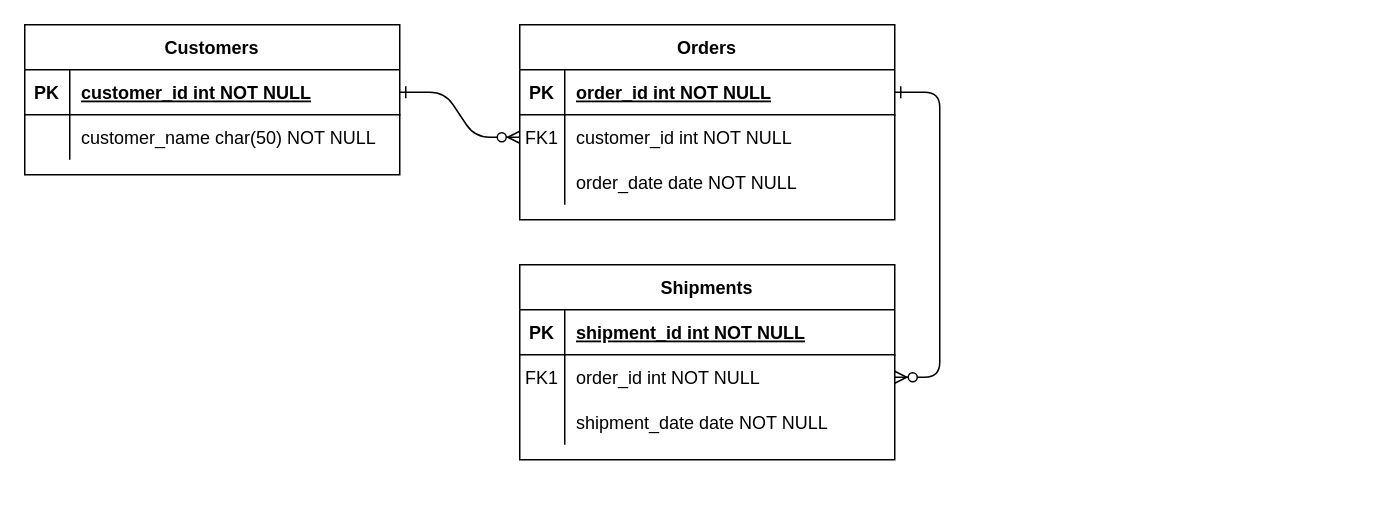
Earlier version of the draw.io diagram documentation/lopokulu-database-er.drawio (mtijas/lopokulu). Source tidied: cells renumbered, new cells numbered last; positions are measured from the earlier drawing's top-left corner, leaving out a move shared by most shapes. Both pictures are drawn from the tidied source at 150%, with x=0, y=0 at pixel (24, 24).
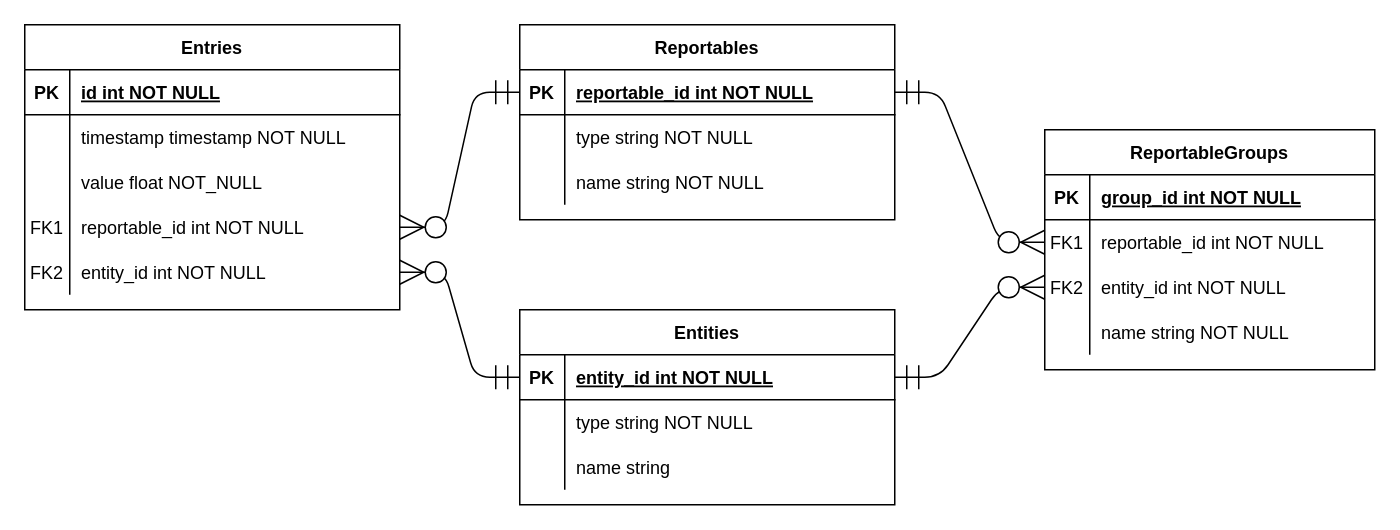
Above is the later version.

Unchanged cells that the change refers to:
```xml
<mxCell id="5" style="shape=partialRectangle;fillColor=none;points=[[0,0.5],[1,0.5]];portConstraint=eastwest;top=0;left=0;right=0;bottom=1;" parent="4" vertex="1">
  <mxGeometry y="30" width="250" height="30" as="geometry" />
</mxCell>
<mxCell id="15" style="shape=partialRectangle;fillColor=none;points=[[0,0.5],[1,0.5]];portConstraint=eastwest;top=0;left=0;right=0;bottom=1;" parent="14" vertex="1">
  <mxGeometry y="30" width="250" height="30" as="geometry" />
</mxCell>
<mxCell id="18" style="shape=partialRectangle;fillColor=none;points=[[0,0.5],[1,0.5]];portConstraint=eastwest;top=0;left=0;right=0;bottom=0;" parent="14" vertex="1">
  <mxGeometry y="60" width="250" height="30" as="geometry" />
</mxCell>
<mxCell id="21" style="shape=partialRectangle;fillColor=none;top=0;left=0;right=0;bottom=0;" parent="14" vertex="1">
  <mxGeometry y="90" width="250" height="30" as="geometry" />
</mxCell>
<mxCell id="25" style="shape=partialRectangle;fillColor=none;points=[[0,0.5],[1,0.5]];portConstraint=eastwest;top=0;left=0;right=0;bottom=1;" parent="24" vertex="1">
  <mxGeometry y="30" width="250" height="30" as="geometry" />
</mxCell>
<mxCell id="28" style="shape=partialRectangle;fillColor=none;top=0;left=0;right=0;bottom=0;" parent="24" vertex="1">
  <mxGeometry y="60" width="250" height="30" as="geometry" />
</mxCell>
```

What changed in the source:
```diff
@@
-    <mxCell id="2" style="edgeStyle=entityRelationEdgeStyle;endArrow=ERzeroToMany;startArrow=ERone;endFill=1;startFill=0;" parent="1" edge="1" source="25" target="8">
-      <mxGeometry relative="1" as="geometry" />
-    </mxCell>
-    <mxCell id="3" style="edgeStyle=entityRelationEdgeStyle;endArrow=ERzeroToMany;startArrow=ERone;endFill=1;startFill=0;" parent="1" edge="1" source="5" target="18">
-      <mxGeometry relative="1" as="geometry" />
-    </mxCell>
-    <mxCell id="4" value="Orders" style="shape=table;startSize=30;childLayout=tableLayout;rowLines=0;fontStyle=1;align=center;" parent="1" vertex="1">
+    <mxCell id="4" value="Reportables" style="shape=table;startSize=30;childLayout=tableLayout;rowLines=0;fontStyle=1;align=center;" parent="1" vertex="1">
       <mxGeometry x="330" width="250" height="130" as="geometry" />
     </mxCell>
@@
-    <mxCell id="7" value="order_id int NOT NULL " style="shape=partialRectangle;overflow=hidden;fillColor=none;top=0;left=0;bottom=0;right=0;align=left;spacingLeft=6;fontStyle=5;" parent="5" vertex="1">
+    <mxCell id="7" value="reportable_id int NOT NULL " style="shape=partialRectangle;overflow=hidden;fillColor=none;top=0;left=0;bottom=0;right=0;align=left;spacingLeft=6;fontStyle=5;" parent="5" vertex="1">
       <mxGeometry x="30" width="220" height="30" as="geometry" />
     </mxCell>
-    <mxCell id="8" style="shape=partialRectangle;fillColor=none;points=[[0,0.5],[1,0.5]];portConstraint=eastwest;top=0;left=0;right=0;bottom=0;" parent="4" vertex="1">
-      <mxGeometry y="60" width="250" height="30" as="geometry" />
-    </mxCell>
-    <mxCell id="9" value="FK1" style="shape=partialRectangle;overflow=hidden;fillColor=none;top=0;left=0;bottom=0;right=0;" parent="8" vertex="1">
-      <mxGeometry width="30" height="30" as="geometry" />
-    </mxCell>
-    <mxCell id="10" value="customer_id int NOT NULL" style="shape=partialRectangle;overflow=hidden;fillColor=none;top=0;left=0;bottom=0;right=0;align=left;spacingLeft=6;" parent="8" vertex="1">
-      <mxGeometry x="30" width="220" height="30" as="geometry" />
-    </mxCell>
     <mxCell id="11" style="shape=partialRectangle;fillColor=none;top=0;left=0;right=0;bottom=0;" parent="4" vertex="1">
-      <mxGeometry y="90" width="250" height="30" as="geometry" />
+      <mxGeometry y="60" width="250" height="30" as="geometry" />
     </mxCell>
@@
-    <mxCell id="13" value="order_date date NOT NULL" style="shape=partialRectangle;overflow=hidden;fillColor=none;top=0;left=0;bottom=0;right=0;align=left;spacingLeft=6;" parent="11" vertex="1">
+    <mxCell id="13" value="type string NOT NULL" style="shape=partialRectangle;overflow=hidden;fillColor=none;top=0;left=0;bottom=0;right=0;align=left;spacingLeft=6;" parent="11" vertex="1">
       <mxGeometry x="30" width="220" height="30" as="geometry" />
     </mxCell>
+    <mxCell id="31" style="shape=partialRectangle;fillColor=none;top=0;left=0;right=0;bottom=0;" parent="4" vertex="1">
+      <mxGeometry y="90" width="250" height="30" as="geometry" />
+    </mxCell>
+    <mxCell id="32" style="shape=partialRectangle;overflow=hidden;fillColor=none;top=0;left=0;bottom=0;right=0;" parent="31" vertex="1">
+      <mxGeometry width="30" height="30" as="geometry" />
+    </mxCell>
+    <mxCell id="33" value="name string NOT NULL" style="shape=partialRectangle;overflow=hidden;fillColor=none;top=0;left=0;bottom=0;right=0;align=left;spacingLeft=6;" parent="31" vertex="1">
+      <mxGeometry x="30" width="220" height="30" as="geometry" />
+    </mxCell>
-    <mxCell id="14" value="Shipments" style="shape=table;startSize=30;childLayout=tableLayout;rowLines=0;fontStyle=1;align=center;" parent="1" vertex="1">
-      <mxGeometry x="330" y="160" width="250" height="130" as="geometry" />
+    <mxCell id="14" value="Entities" style="shape=table;startSize=30;childLayout=tableLayout;rowLines=0;fontStyle=1;align=center;" parent="1" vertex="1">
+      <mxGeometry x="330" y="190" width="250" height="130" as="geometry" />
     </mxCell>
@@
-    <mxCell id="17" value="shipment_id int NOT NULL " style="shape=partialRectangle;overflow=hidden;fillColor=none;top=0;left=0;bottom=0;right=0;align=left;spacingLeft=6;fontStyle=5;" parent="15" vertex="1">
+    <mxCell id="17" value="entity_id int NOT NULL " style="shape=partialRectangle;overflow=hidden;fillColor=none;top=0;left=0;bottom=0;right=0;align=left;spacingLeft=6;fontStyle=5;" parent="15" vertex="1">
       <mxGeometry x="30" width="220" height="30" as="geometry" />
     </mxCell>
@@
-    <mxCell id="19" value="FK1" style="shape=partialRectangle;overflow=hidden;fillColor=none;top=0;left=0;bottom=0;right=0;" parent="18" vertex="1">
+    <mxCell id="19" style="shape=partialRectangle;overflow=hidden;fillColor=none;top=0;left=0;bottom=0;right=0;" parent="18" vertex="1">
       <mxGeometry width="30" height="30" as="geometry" />
     </mxCell>
-    <mxCell id="20" value="order_id int NOT NULL" style="shape=partialRectangle;overflow=hidden;fillColor=none;top=0;left=0;bottom=0;right=0;align=left;spacingLeft=6;" parent="18" vertex="1">
+    <mxCell id="20" value="type string NOT NULL" style="shape=partialRectangle;overflow=hidden;fillColor=none;top=0;left=0;bottom=0;right=0;align=left;spacingLeft=6;" parent="18" vertex="1">
       <mxGeometry x="30" width="220" height="30" as="geometry" />
     </mxCell>
@@
-    <mxCell id="23" value="shipment_date date NOT NULL" style="shape=partialRectangle;overflow=hidden;fillColor=none;top=0;left=0;bottom=0;right=0;align=left;spacingLeft=6;" parent="21" vertex="1">
+    <mxCell id="23" value="name string" style="shape=partialRectangle;overflow=hidden;fillColor=none;top=0;left=0;bottom=0;right=0;align=left;spacingLeft=6;" parent="21" vertex="1">
       <mxGeometry x="30" width="220" height="30" as="geometry" />
     </mxCell>
-    <mxCell id="24" value="Customers" style="shape=table;startSize=30;childLayout=tableLayout;rowLines=0;fontStyle=1;align=center;" parent="1" vertex="1">
-      <mxGeometry width="250" height="100" as="geometry" />
+    <mxCell id="24" value="Entries" style="shape=table;startSize=30;childLayout=tableLayout;rowLines=0;fontStyle=1;align=center;" parent="1" vertex="1">
+      <mxGeometry width="250" height="190" as="geometry" />
     </mxCell>
@@
-    <mxCell id="27" value="customer_id int NOT NULL " style="shape=partialRectangle;overflow=hidden;fillColor=none;top=0;left=0;bottom=0;right=0;align=left;spacingLeft=6;fontStyle=5;" parent="25" vertex="1">
+    <mxCell id="27" value="id int NOT NULL" style="shape=partialRectangle;overflow=hidden;fillColor=none;top=0;left=0;bottom=0;right=0;align=left;spacingLeft=6;fontStyle=5;" parent="25" vertex="1">
       <mxGeometry x="30" width="220" height="30" as="geometry" />
     </mxCell>
@@
-    <mxCell id="30" value="customer_name char(50) NOT NULL" style="shape=partialRectangle;overflow=hidden;fillColor=none;top=0;left=0;bottom=0;right=0;align=left;spacingLeft=6;" parent="28" vertex="1">
+    <mxCell id="30" value="timestamp timestamp NOT NULL" style="shape=partialRectangle;overflow=hidden;fillColor=none;top=0;left=0;bottom=0;right=0;align=left;spacingLeft=6;" parent="28" vertex="1">
       <mxGeometry x="30" width="220" height="30" as="geometry" />
     </mxCell>
+    <mxCell id="34" style="shape=partialRectangle;fillColor=none;top=0;left=0;right=0;bottom=0;" parent="24" vertex="1">
+      <mxGeometry y="90" width="250" height="30" as="geometry" />
+    </mxCell>
+    <mxCell id="35" style="shape=partialRectangle;overflow=hidden;fillColor=none;top=0;left=0;bottom=0;right=0;" parent="34" vertex="1">
+      <mxGeometry width="30" height="30" as="geometry" />
+    </mxCell>
+    <mxCell id="36" value="value float NOT_NULL" style="shape=partialRectangle;overflow=hidden;fillColor=none;top=0;left=0;bottom=0;right=0;align=left;spacingLeft=6;" parent="34" vertex="1">
+      <mxGeometry x="30" width="220" height="30" as="geometry" />
+    </mxCell>
+    <mxCell id="37" style="shape=partialRectangle;fillColor=none;points=[[0,0.5],[1,0.5]];portConstraint=eastwest;top=0;left=0;right=0;bottom=0;" parent="24" vertex="1">
+      <mxGeometry y="120" width="250" height="30" as="geometry" />
+    </mxCell>
+    <mxCell id="9" value="FK1" style="shape=partialRectangle;overflow=hidden;fillColor=none;top=0;left=0;bottom=0;right=0;" parent="37" vertex="1">
+      <mxGeometry width="30" height="30" as="geometry" />
+    </mxCell>
+    <mxCell id="38" value="reportable_id int NOT NULL" style="shape=partialRectangle;overflow=hidden;fillColor=none;top=0;left=0;bottom=0;right=0;align=left;spacingLeft=6;" parent="37" vertex="1">
+      <mxGeometry x="30" width="220" height="30" as="geometry" />
+    </mxCell>
+    <mxCell id="39" style="shape=partialRectangle;fillColor=none;points=[[0,0.5],[1,0.5]];portConstraint=eastwest;top=0;left=0;right=0;bottom=0;" parent="24" vertex="1">
+      <mxGeometry y="150" width="250" height="30" as="geometry" />
+    </mxCell>
+    <mxCell id="40" value="FK2" style="shape=partialRectangle;overflow=hidden;fillColor=none;top=0;left=0;bottom=0;right=0;" parent="39" vertex="1">
+      <mxGeometry width="30" height="30" as="geometry" />
+    </mxCell>
+    <mxCell id="41" value="entity_id int NOT NULL" style="shape=partialRectangle;overflow=hidden;fillColor=none;top=0;left=0;bottom=0;right=0;align=left;spacingLeft=6;" parent="39" vertex="1">
+      <mxGeometry x="30" width="220" height="30" as="geometry" />
+    </mxCell>
+    <mxCell id="42" style="edgeStyle=entityRelationEdgeStyle;fontSize=12;html=1;endArrow=ERzeroToMany;startArrow=ERmandOne;startSize=14;endSize=14;sourcePerimeterSpacing=8;targetPerimeterSpacing=8;entryX=1;entryY=0.5;entryDx=0;entryDy=0;exitX=0;exitY=0.5;exitDx=0;exitDy=0;" parent="1" edge="1" source="15" target="39">
+      <mxGeometry relative="1" as="geometry" />
+    </mxCell>
+    <mxCell id="43" value="ReportableGroups" style="shape=table;startSize=30;childLayout=tableLayout;rowLines=0;fontStyle=1;align=center;hachureGap=4;" parent="1" vertex="1">
+      <mxGeometry x="680" y="70" width="220" height="160" as="geometry" />
+    </mxCell>
+    <mxCell id="44" style="shape=partialRectangle;fillColor=none;top=0;left=0;bottom=1;right=0;" parent="43" vertex="1">
+      <mxGeometry y="30" width="220" height="30" as="geometry" />
+    </mxCell>
+    <mxCell id="45" value="PK" style="shape=partialRectangle;fillColor=none;top=0;left=0;bottom=0;right=0;fontStyle=1;overflow=hidden;" parent="44" vertex="1">
+      <mxGeometry width="30" height="30" as="geometry" />
+    </mxCell>
+    <mxCell id="46" value="group_id int NOT NULL" style="shape=partialRectangle;fillColor=none;top=0;left=0;bottom=0;right=0;align=left;spacingLeft=6;fontStyle=5;overflow=hidden;" parent="44" vertex="1">
+      <mxGeometry x="30" width="190" height="30" as="geometry" />
+    </mxCell>
+    <mxCell id="47" style="shape=partialRectangle;fillColor=none;top=0;left=0;bottom=0;right=0;points=[[0,0.5],[1,0.5]];portConstraint=eastwest;" parent="43" vertex="1">
+      <mxGeometry y="60" width="220" height="30" as="geometry" />
+    </mxCell>
+    <mxCell id="48" value="FK1" style="shape=partialRectangle;fillColor=none;top=0;left=0;bottom=0;right=0;overflow=hidden;" parent="47" vertex="1">
+      <mxGeometry width="30" height="30" as="geometry" />
+    </mxCell>
+    <mxCell id="49" value="reportable_id int NOT NULL" style="shape=partialRectangle;fillColor=none;top=0;left=0;bottom=0;right=0;align=left;spacingLeft=6;overflow=hidden;" parent="47" vertex="1">
+      <mxGeometry x="30" width="190" height="30" as="geometry" />
+    </mxCell>
+    <mxCell id="50" style="shape=partialRectangle;fillColor=none;top=0;left=0;bottom=0;right=0;points=[[0,0.5],[1,0.5]];portConstraint=eastwest;" parent="43" vertex="1">
+      <mxGeometry y="90" width="220" height="30" as="geometry" />
+    </mxCell>
+    <mxCell id="51" value="FK2" style="shape=partialRectangle;fillColor=none;top=0;left=0;bottom=0;right=0;overflow=hidden;" parent="50" vertex="1">
+      <mxGeometry width="30" height="30" as="geometry" />
+    </mxCell>
+    <mxCell id="52" value="entity_id int NOT NULL" style="shape=partialRectangle;fillColor=none;top=0;left=0;bottom=0;right=0;align=left;spacingLeft=6;overflow=hidden;" parent="50" vertex="1">
+      <mxGeometry x="30" width="190" height="30" as="geometry" />
+    </mxCell>
+    <mxCell id="53" style="shape=partialRectangle;fillColor=none;top=0;left=0;bottom=0;right=0;" parent="43" vertex="1">
+      <mxGeometry y="120" width="220" height="30" as="geometry" />
+    </mxCell>
+    <mxCell id="54" style="shape=partialRectangle;fillColor=none;top=0;left=0;bottom=0;right=0;overflow=hidden;" parent="53" vertex="1">
+      <mxGeometry width="30" height="30" as="geometry" />
+    </mxCell>
+    <mxCell id="55" value="name string NOT NULL" style="shape=partialRectangle;fillColor=none;top=0;left=0;bottom=0;right=0;align=left;spacingLeft=6;overflow=hidden;" parent="53" vertex="1">
+      <mxGeometry x="30" width="190" height="30" as="geometry" />
+    </mxCell>
+    <mxCell id="56" style="edgeStyle=entityRelationEdgeStyle;fontSize=12;html=1;endArrow=ERzeroToMany;startArrow=ERmandOne;startSize=14;endSize=14;sourcePerimeterSpacing=8;targetPerimeterSpacing=8;entryX=1;entryY=0.5;entryDx=0;entryDy=0;exitX=0;exitY=0.5;exitDx=0;exitDy=0;" parent="1" edge="1" source="5" target="37">
+      <mxGeometry relative="1" as="geometry" />
+    </mxCell>
+    <mxCell id="57" style="edgeStyle=entityRelationEdgeStyle;fontSize=12;html=1;endArrow=ERzeroToMany;startArrow=ERmandOne;startSize=14;endSize=14;sourcePerimeterSpacing=8;targetPerimeterSpacing=8;entryX=0;entryY=0.5;entryDx=0;entryDy=0;exitX=1;exitY=0.5;exitDx=0;exitDy=0;" parent="1" edge="1" source="5" target="47">
+      <mxGeometry relative="1" as="geometry" />
+    </mxCell>
+    <mxCell id="58" style="edgeStyle=entityRelationEdgeStyle;fontSize=12;html=1;endArrow=ERzeroToMany;startArrow=ERmandOne;startSize=14;endSize=14;sourcePerimeterSpacing=8;targetPerimeterSpacing=8;exitX=1;exitY=0.5;exitDx=0;exitDy=0;entryX=0;entryY=0.5;entryDx=0;entryDy=0;" parent="1" edge="1" source="15" target="50">
+      <mxGeometry relative="1" as="geometry" />
+    </mxCell>
```
